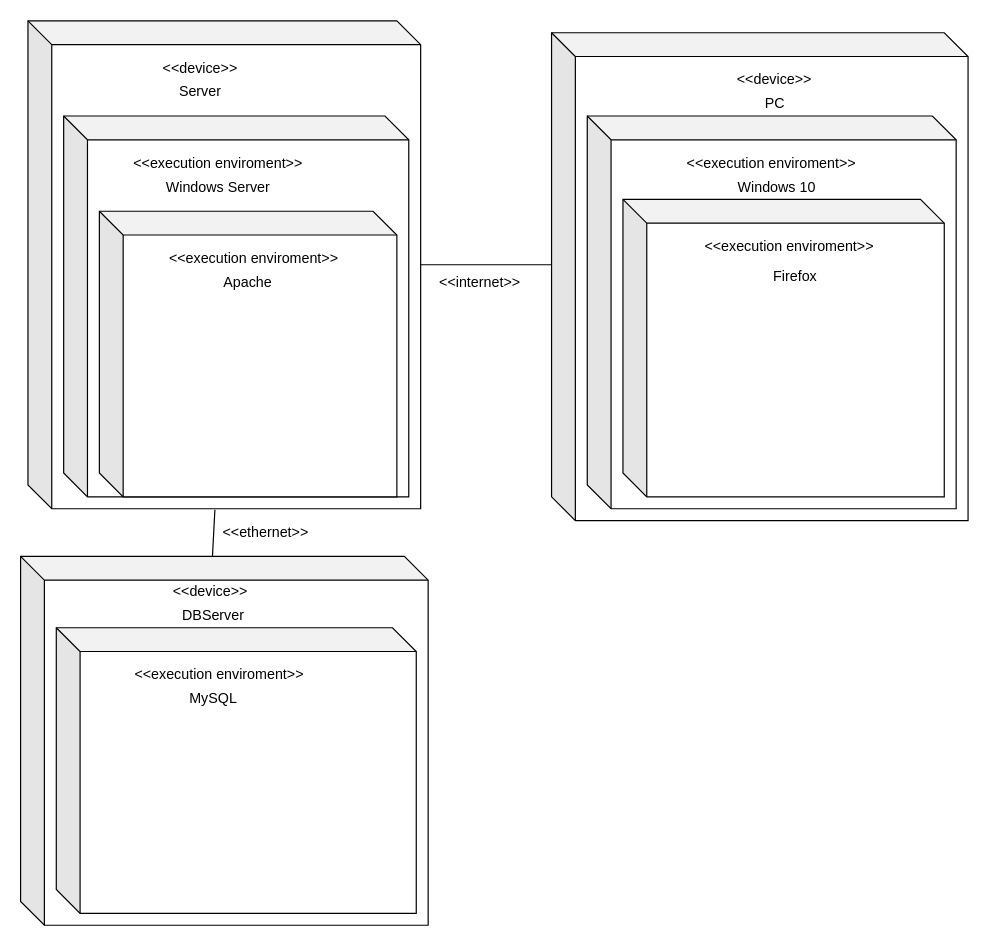
This is Praktikum2/SWT2_Aufgabe2.drawio from DingFing/TravelProject, a draw.io file, before an edit. Source tidied: cells renumbered, new cells numbered last; positions are measured from the earlier drawing's top-left corner, leaving out a move shared by most shapes. Both pictures are drawn from the tidied source at 119%, with x=0, y=0 at pixel (20, 20).
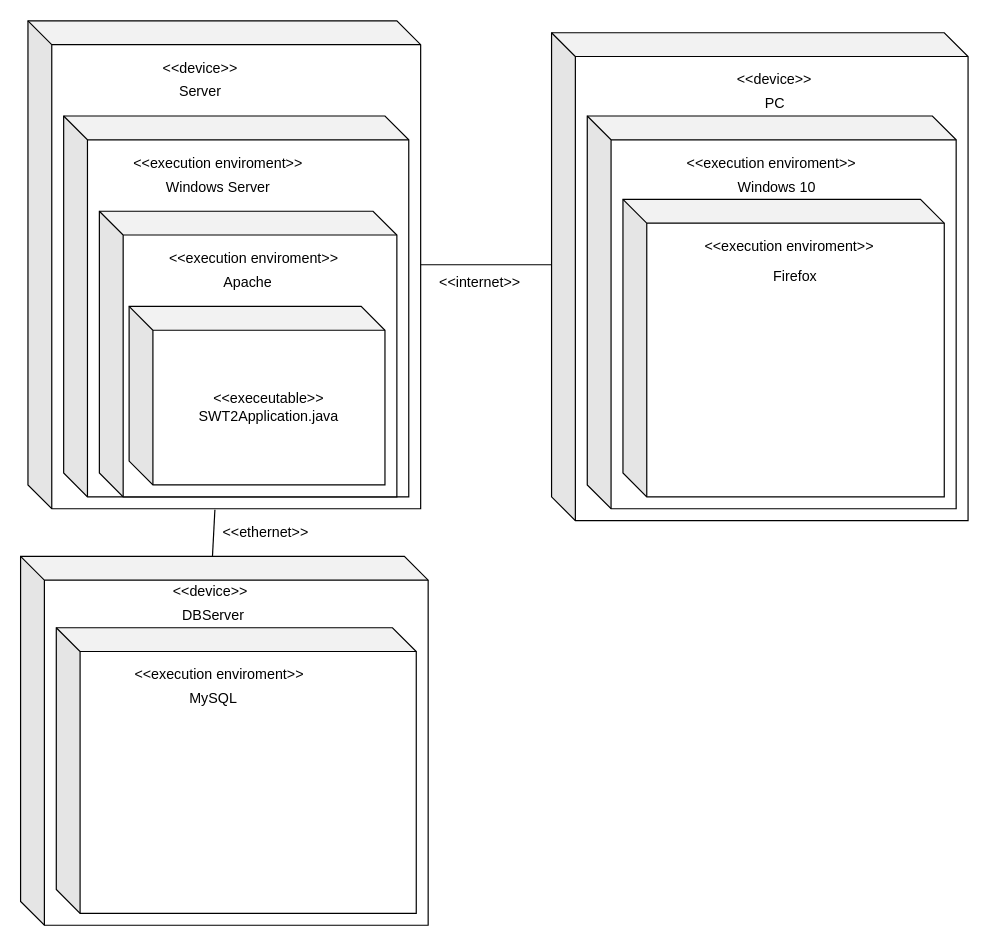
After the change.

Diff of the diagram source:
```diff
@@
+    <mxCell id="30" value="&amp;lt;&amp;lt;execeutable&amp;gt;&amp;gt;&lt;br&gt;SWT2Application.java" style="shape=cube;whiteSpace=wrap;html=1;boundedLbl=1;backgroundOutline=1;darkOpacity=0.05;darkOpacity2=0.1;" parent="1" vertex="1">
+      <mxGeometry x="91" y="240" width="215" height="150" as="geometry" />
+    </mxCell>
```
